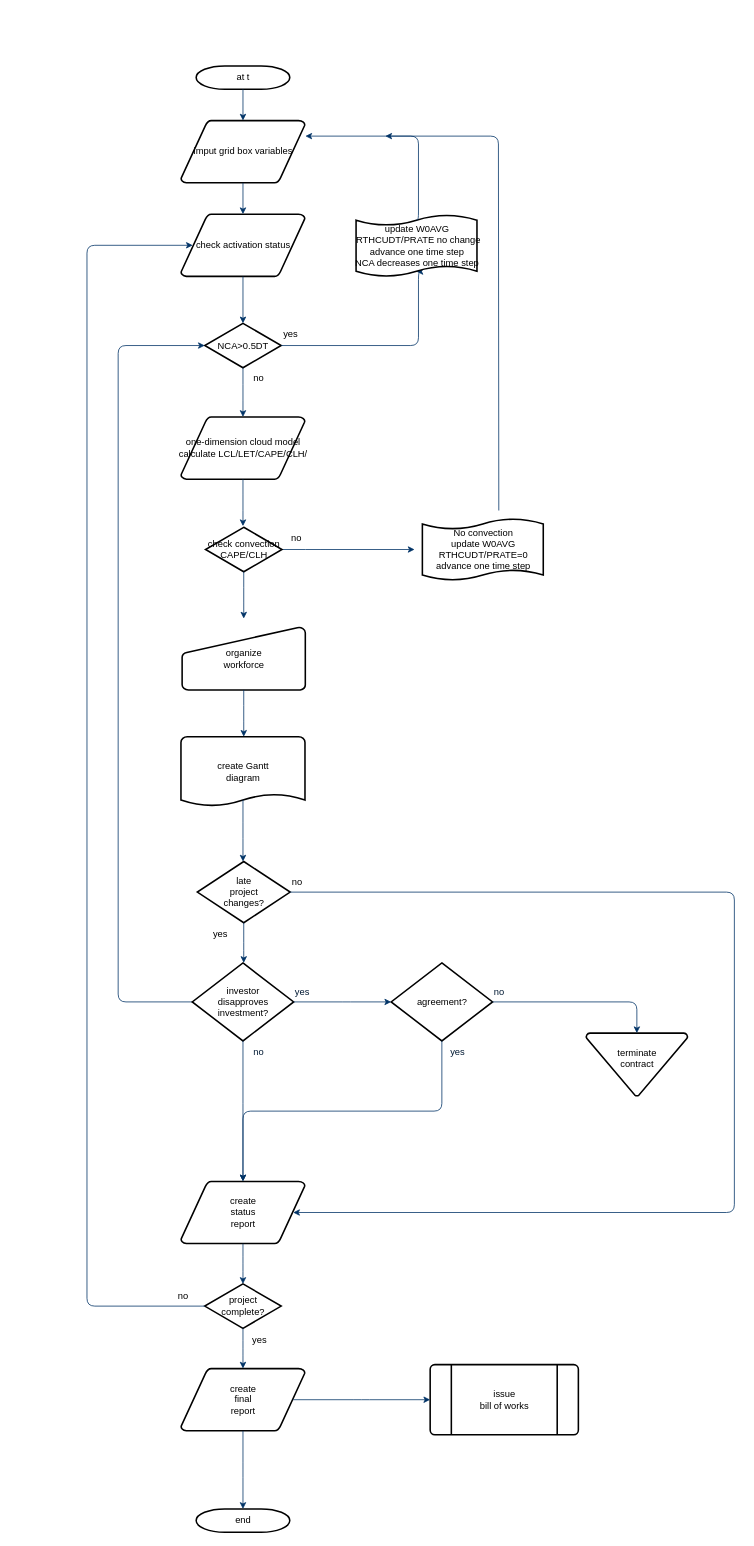
This is mskf-flowchart01.drawio from yuxing79/weather, a draw.io file, before an edit. Source tidied: cells renumbered, new cells numbered last; positions are measured from the earlier drawing's top-left corner, leaving out a move shared by most shapes. Both pictures are drawn from the tidied source at 78%, with x=0, y=0 at pixel (87, 66).
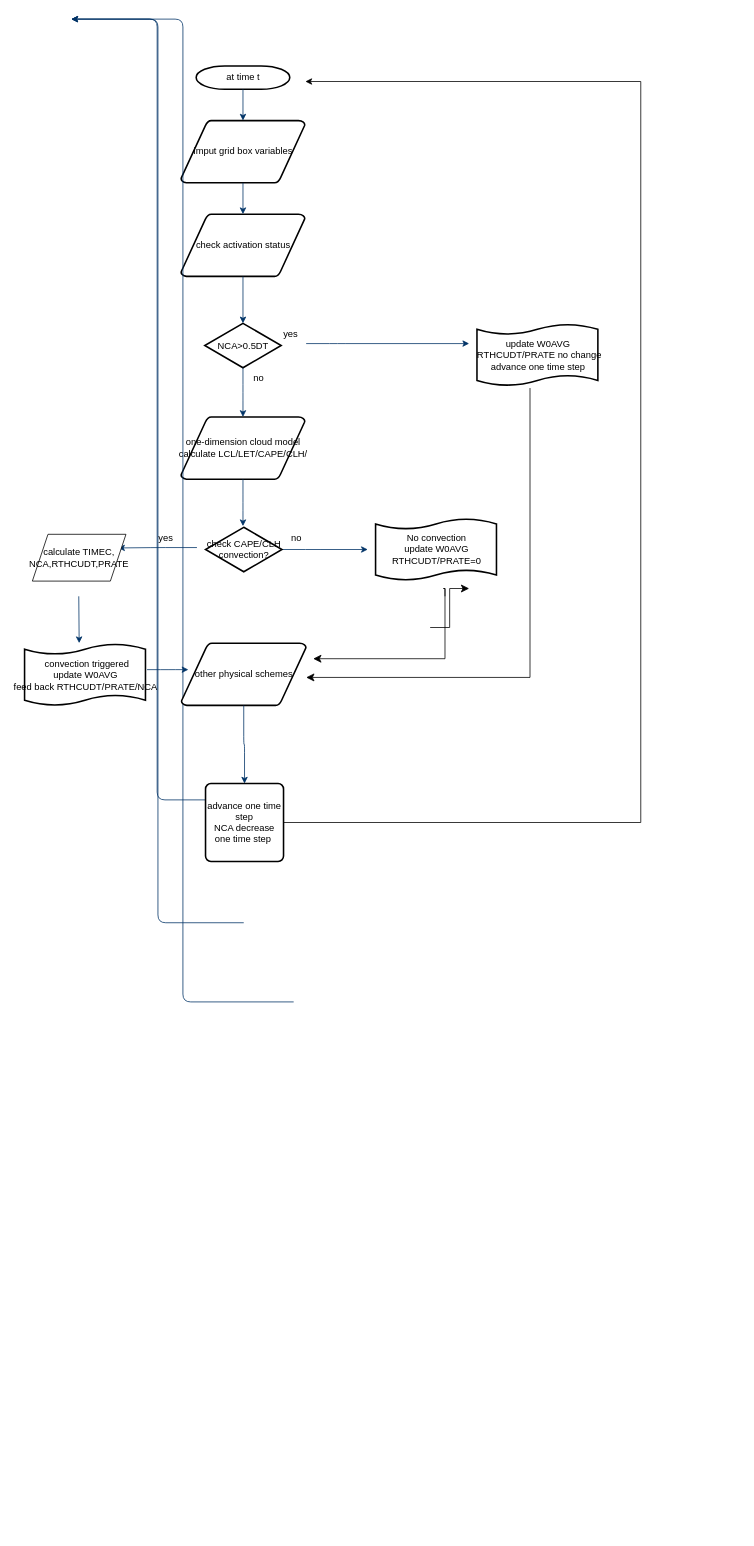
The same diagram, later.

Unchanged cells that the change refers to:
```xml
<mxCell id="5" value="check activation status" style="shape=mxgraph.flowchart.data;strokeWidth=2;gradientColor=none;gradientDirection=north;fontStyle=0;html=1;" parent="1" vertex="1">
  <mxGeometry x="120.5" y="190" width="159" height="80" as="geometry" />
</mxCell>
<mxCell id="6" value="NCA&amp;gt;0.5DT" style="shape=mxgraph.flowchart.decision;strokeWidth=2;gradientColor=none;gradientDirection=north;fontStyle=0;html=1;" parent="1" vertex="1">
  <mxGeometry x="151" y="330" width="98" height="57" as="geometry" />
</mxCell>
```

Diff of the diagram source:
```diff
@@
-    <mxCell id="2" value="at t" style="shape=mxgraph.flowchart.terminator;strokeWidth=2;gradientColor=none;gradientDirection=north;fontStyle=0;html=1;" parent="1" vertex="1">
+    <mxCell id="2" value="at time t" style="shape=mxgraph.flowchart.terminator;strokeWidth=2;gradientColor=none;gradientDirection=north;fontStyle=0;html=1;" parent="1" vertex="1">
       <mxGeometry x="140" width="120" height="30" as="geometry" />
     </mxCell>
@@
-    <mxCell id="10" style="edgeStyle=elbowEdgeStyle;elbow=horizontal;entryX=0.5;entryY=0.91;entryPerimeter=0;exitX=1;exitY=0.5;exitPerimeter=0;fontStyle=1;strokeColor=#003366;strokeWidth=1;html=1;" parent="1" edge="1" source="6" target="46">
-      <mxGeometry x="381" y="28.5" as="geometry">
-        <Array as="points">
-          <mxPoint x="425" y="340" />
-        </Array>
-      </mxGeometry>
-    </mxCell>
@@
     <mxCell id="15" style="edgeStyle=elbowEdgeStyle;elbow=horizontal;fontStyle=1;strokeColor=#003366;strokeWidth=1;html=1;" parent="1" edge="1" source="51">
       <mxGeometry as="geometry">
-        <mxPoint x="420" y="620" as="targetPoint" />
+        <mxPoint x="360" y="620" as="targetPoint" />
         <Array as="points">
           <mxPoint x="290" y="620" />
         </Array>
       </mxGeometry>
     </mxCell>
-    <mxCell id="16" value="organize &#10;workforce" style="shape=mxgraph.flowchart.manual_input;strokeWidth=2;gradientColor=none;gradientDirection=north;fontStyle=0;html=1;" parent="1" vertex="1">
-      <mxGeometry x="122" y="720" width="158" height="80" as="geometry" />
-    </mxCell>
-    <mxCell id="17" value="create Gantt&#10;diagram" style="shape=mxgraph.flowchart.document;strokeWidth=2;gradientColor=none;gradientDirection=north;fontStyle=0;html=1;" parent="1" vertex="1">
-      <mxGeometry x="120.5" y="860" width="159" height="90" as="geometry" />
-    </mxCell>
-    <mxCell id="18" style="edgeStyle=elbowEdgeStyle;elbow=horizontal;exitX=0.5;exitY=1;exitPerimeter=0;fontStyle=1;strokeColor=#003366;strokeWidth=1;html=1;" parent="1" edge="1" source="16" target="17">
-      <mxGeometry as="geometry" />
+    <mxCell id="18" style="edgeStyle=elbowEdgeStyle;elbow=horizontal;exitX=0.5;exitY=1;exitPerimeter=0;fontStyle=1;strokeColor=#003366;strokeWidth=1;html=1;" parent="1" edge="1">
+      <mxGeometry as="geometry">
+        <mxPoint x="-10.5" y="680" as="sourcePoint" />
+        <mxPoint x="-10.5" y="740" as="targetPoint" />
+      </mxGeometry>
     </mxCell>
-    <mxCell id="19" value="late&#10;project&#10;changes?" style="shape=mxgraph.flowchart.decision;strokeWidth=2;gradientColor=none;gradientDirection=north;fontStyle=0;html=1;" parent="1" vertex="1">
-      <mxGeometry x="141.5" y="1020" width="119" height="78.5" as="geometry" />
-    </mxCell>
-    <mxCell id="20" style="edgeStyle=elbowEdgeStyle;elbow=horizontal;exitX=0.5;exitY=0.9;exitPerimeter=0;fontStyle=1;strokeColor=#003366;strokeWidth=1;html=1;" parent="1" edge="1" source="17" target="19">
-      <mxGeometry as="geometry" />
+    <mxCell id="20" style="edgeStyle=elbowEdgeStyle;elbow=horizontal;exitX=0.5;exitY=0.9;exitPerimeter=0;fontStyle=1;strokeColor=#003366;strokeWidth=1;html=1;" parent="1" edge="1">
+      <mxGeometry as="geometry">
+        <mxPoint x="200" y="941" as="sourcePoint" />
+        <mxPoint x="-20" y="-60" as="targetPoint" />
+      </mxGeometry>
     </mxCell>
-    <mxCell id="21" style="edgeStyle=elbowEdgeStyle;elbow=horizontal;exitX=0;exitY=0.5;exitPerimeter=0;entryX=0;entryY=0.5;entryPerimeter=0;fontStyle=1;strokeColor=#003366;strokeWidth=1;html=1;" parent="1" edge="1" source="23" target="6">
-      <mxGeometry as="geometry">
-        <Array as="points">
-          <mxPoint x="40" y="790" />
-        </Array>
-      </mxGeometry>
-    </mxCell>
-    <mxCell id="22" value="yes" style="text;fontStyle=0;html=1;strokeColor=none;gradientColor=none;fillColor=none;strokeWidth=2;" parent="1" vertex="1">
-      <mxGeometry x="160" y="1098.5" width="40" height="26" as="geometry" />
-    </mxCell>
-    <mxCell id="23" value="investor&#10;disapproves&#10; investment?" style="shape=mxgraph.flowchart.decision;strokeWidth=2;gradientColor=none;gradientDirection=north;fontStyle=0;html=1;" parent="1" vertex="1">
-      <mxGeometry x="135" y="1150" width="130" height="100" as="geometry" />
-    </mxCell>
-    <mxCell id="24" value="agreement?" style="shape=mxgraph.flowchart.decision;strokeWidth=2;gradientColor=none;gradientDirection=north;fontStyle=0;html=1;" parent="1" vertex="1">
-      <mxGeometry x="390" y="1150" width="130" height="100" as="geometry" />
-    </mxCell>
-    <mxCell id="25" style="edgeStyle=elbowEdgeStyle;elbow=horizontal;exitX=0.5;exitY=1;exitPerimeter=0;fontStyle=1;strokeColor=#003366;strokeWidth=1;html=1;" parent="1" edge="1" source="19" target="23">
-      <mxGeometry as="geometry" />
+    <mxCell id="25" style="edgeStyle=elbowEdgeStyle;elbow=horizontal;exitX=0.5;exitY=1;exitPerimeter=0;fontStyle=1;strokeColor=#003366;strokeWidth=1;html=1;" parent="1" edge="1">
+      <mxGeometry as="geometry">
+        <mxPoint x="201" y="1098.5" as="sourcePoint" />
+        <mxPoint x="-20" y="-60" as="targetPoint" />
+      </mxGeometry>
     </mxCell>
-    <mxCell id="26" style="edgeStyle=elbowEdgeStyle;elbow=horizontal;exitX=1;exitY=0.5;exitPerimeter=0;entryX=0;entryY=0.5;entryPerimeter=0;fontStyle=1;strokeColor=#003366;strokeWidth=1;html=1;" parent="1" edge="1" source="23" target="24">
-      <mxGeometry as="geometry" />
+    <mxCell id="26" style="edgeStyle=elbowEdgeStyle;elbow=horizontal;exitX=1;exitY=0.5;exitPerimeter=0;entryX=0;entryY=0.5;entryPerimeter=0;fontStyle=1;strokeColor=#003366;strokeWidth=1;html=1;" parent="1" edge="1">
+      <mxGeometry as="geometry">
+        <mxPoint x="265" y="1200" as="sourcePoint" />
+        <mxPoint x="-20" y="-60" as="targetPoint" />
+      </mxGeometry>
     </mxCell>
-    <mxCell id="27" value="terminate&#10;contract&#10;" style="shape=mxgraph.flowchart.merge_or_storage;strokeWidth=2;gradientColor=none;gradientDirection=north;fontStyle=0;html=1;" parent="1" vertex="1">
-      <mxGeometry x="640" y="1240" width="130" height="80.5" as="geometry" />
-    </mxCell>
-    <mxCell id="28" style="edgeStyle=elbowEdgeStyle;elbow=vertical;exitX=1;exitY=0.5;exitPerimeter=0;entryX=0.5;entryY=0;entryPerimeter=0;fontStyle=1;strokeColor=#003366;strokeWidth=1;html=1;" parent="1" edge="1" source="24" target="27">
-      <mxGeometry as="geometry">
-        <Array as="points">
-          <mxPoint x="620" y="1200" />
-        </Array>
-      </mxGeometry>
-    </mxCell>
-    <mxCell id="29" value="create&#10;status&#10;report" style="shape=mxgraph.flowchart.data;strokeWidth=2;gradientColor=none;gradientDirection=north;fontStyle=0;html=1;" parent="1" vertex="1">
-      <mxGeometry x="120.5" y="1430" width="159" height="80" as="geometry" />
-    </mxCell>
-    <mxCell id="30" style="edgeStyle=elbowEdgeStyle;elbow=vertical;exitX=0.5;exitY=1;exitPerimeter=0;fontColor=#001933;fontStyle=1;strokeColor=#003366;strokeWidth=1;html=1;" parent="1" edge="1" source="23" target="29">
-      <mxGeometry as="geometry" />
-    </mxCell>
-    <mxCell id="31" style="edgeStyle=elbowEdgeStyle;elbow=vertical;exitX=0.5;exitY=1;exitPerimeter=0;entryX=0.5;entryY=0;entryPerimeter=0;fontStyle=1;strokeColor=#003366;strokeWidth=1;html=1;" parent="1" edge="1" source="24" target="29">
-      <mxGeometry as="geometry" />
-    </mxCell>
-    <mxCell id="32" value="project&#10;complete?" style="shape=mxgraph.flowchart.decision;strokeWidth=2;gradientColor=none;gradientDirection=north;fontStyle=0;html=1;" parent="1" vertex="1">
-      <mxGeometry x="151" y="1561.5" width="98" height="57" as="geometry" />
-    </mxCell>
-    <mxCell id="33" value="create&#10;final&#10;report" style="shape=mxgraph.flowchart.data;strokeWidth=2;gradientColor=none;gradientDirection=north;fontStyle=0;html=1;" parent="1" vertex="1">
-      <mxGeometry x="120.5" y="1670" width="159" height="80" as="geometry" />
+    <mxCell id="33" value="other physical schemes" style="shape=mxgraph.flowchart.data;strokeWidth=2;gradientColor=none;gradientDirection=north;fontStyle=0;html=1;" parent="1" vertex="1">
+      <mxGeometry x="121" y="740" width="160" height="80" as="geometry" />
     </mxCell>
-    <mxCell id="34" value="issue&#10;bill of works" style="shape=mxgraph.flowchart.predefined_process;strokeWidth=2;gradientColor=none;gradientDirection=north;fontStyle=0;html=1;" parent="1" vertex="1">
-      <mxGeometry x="440" y="1665" width="190" height="90" as="geometry" />
-    </mxCell>
-    <mxCell id="35" value="end" style="shape=mxgraph.flowchart.terminator;strokeWidth=2;gradientColor=none;gradientDirection=north;fontStyle=0;html=1;" parent="1" vertex="1">
-      <mxGeometry x="140" y="1850" width="120" height="30" as="geometry" />
-    </mxCell>
-    <mxCell id="36" style="edgeStyle=elbowEdgeStyle;elbow=vertical;exitX=0.5;exitY=1;exitPerimeter=0;entryX=0.5;entryY=0;entryPerimeter=0;fontStyle=1;strokeColor=#003366;strokeWidth=1;html=1;" parent="1" edge="1" source="29" target="32">
-      <mxGeometry as="geometry" />
-    </mxCell>
-    <mxCell id="37" style="edgeStyle=elbowEdgeStyle;elbow=vertical;exitX=0.5;exitY=1;exitPerimeter=0;entryX=0.5;entryY=0;entryPerimeter=0;fontStyle=1;strokeColor=#003366;strokeWidth=1;html=1;" parent="1" edge="1" source="32" target="33">
-      <mxGeometry as="geometry" />
-    </mxCell>
-    <mxCell id="38" style="edgeStyle=elbowEdgeStyle;elbow=vertical;exitX=0.5;exitY=1;exitPerimeter=0;entryX=0.5;entryY=0;entryPerimeter=0;fontStyle=1;strokeColor=#003366;strokeWidth=1;html=1;" parent="1" edge="1" source="33" target="35">
+    <mxCell id="38" style="edgeStyle=elbowEdgeStyle;elbow=vertical;exitX=0.5;exitY=1;exitPerimeter=0;fontStyle=1;strokeColor=#003366;strokeWidth=1;html=1;entryX=0.5;entryY=0;entryDx=0;entryDy=0;" parent="1" edge="1" source="33" target="63">
       <mxGeometry as="geometry" />
     </mxCell>
-    <mxCell id="39" style="edgeStyle=elbowEdgeStyle;elbow=vertical;exitX=0.905;exitY=0.5;exitPerimeter=0;entryX=0;entryY=0.5;entryPerimeter=0;fontStyle=1;strokeColor=#003366;strokeWidth=1;html=1;" parent="1" edge="1" source="33" target="34">
-      <mxGeometry as="geometry" />
-    </mxCell>
-    <mxCell id="40" style="edgeStyle=elbowEdgeStyle;elbow=horizontal;exitX=1;exitY=0.5;exitPerimeter=0;entryX=0.905;entryY=0.5;entryPerimeter=0;fontStyle=1;strokeColor=#003366;strokeWidth=1;html=1;" parent="1" edge="1" source="19" target="29">
-      <mxGeometry as="geometry">
-        <Array as="points">
-          <mxPoint x="830" y="1260" />
-        </Array>
-      </mxGeometry>
-    </mxCell>
-    <mxCell id="41" value="no" style="text;fontStyle=0;html=1;strokeColor=none;gradientColor=none;fillColor=none;strokeWidth=2;" parent="1" vertex="1">
-      <mxGeometry x="260.5" y="1033.2" width="40" height="26" as="geometry" />
-    </mxCell>
-    <mxCell id="42" value="yes" style="text;fontColor=#001933;fontStyle=0;html=1;strokeColor=none;gradientColor=none;fillColor=none;strokeWidth=2;" parent="1" vertex="1">
-      <mxGeometry x="265" y="1174" width="40" height="26" as="geometry" />
-    </mxCell>
-    <mxCell id="43" value="no" style="text;fontColor=#001933;fontStyle=0;html=1;strokeColor=none;gradientColor=none;fillColor=none;strokeWidth=2;align=center;" parent="1" vertex="1">
-      <mxGeometry x="200" y="1250" width="40" height="26" as="geometry" />
-    </mxCell>
-    <mxCell id="44" value="yes" style="text;fontColor=#001933;fontStyle=0;html=1;strokeColor=none;gradientColor=none;fillColor=none;strokeWidth=2;align=center;" parent="1" vertex="1">
-      <mxGeometry x="455" y="1250" width="40" height="26" as="geometry" />
-    </mxCell>
-    <mxCell id="45" value="no" style="text;fontColor=#001933;fontStyle=0;html=1;strokeColor=none;gradientColor=none;fillColor=none;strokeWidth=2;" parent="1" vertex="1">
-      <mxGeometry x="520" y="1174" width="40" height="26" as="geometry" />
-    </mxCell>
-    <mxCell id="46" value="update W0AVG&lt;br&gt;&amp;nbsp;RTHCUDT/PRATE no change&lt;br&gt;advance one time step&lt;br&gt;NCA decreases one time step" style="shape=mxgraph.flowchart.paper_tape;strokeWidth=2;gradientColor=none;gradientDirection=north;fontStyle=0;html=1;" parent="1" vertex="1">
-      <mxGeometry x="345" y="190" width="155" height="81" as="geometry" />
+    <mxCell id="46" value="update W0AVG&lt;br&gt;&amp;nbsp;RTHCUDT/PRATE no change&lt;br&gt;advance one time step" style="shape=mxgraph.flowchart.paper_tape;strokeWidth=2;gradientColor=none;gradientDirection=north;fontStyle=0;html=1;" parent="1" vertex="1">
+      <mxGeometry x="500" y="330" width="155" height="81" as="geometry" />
     </mxCell>
-    <mxCell id="47" style="edgeStyle=elbowEdgeStyle;elbow=horizontal;exitX=0.5;exitY=0.09;exitPerimeter=0;fontStyle=1;strokeColor=#003366;strokeWidth=1;html=1;" parent="1" edge="1" source="46">
-      <mxGeometry as="geometry">
-        <mxPoint x="280" y="90" as="targetPoint" />
-        <Array as="points">
-          <mxPoint x="425" y="240" />
-        </Array>
-      </mxGeometry>
-    </mxCell>
-    <mxCell id="48" value="yes" style="text;fontStyle=0;html=1;strokeColor=none;gradientColor=none;fillColor=none;strokeWidth=2;align=center;" parent="1" vertex="1">
-      <mxGeometry x="201" y="1620" width="40" height="26" as="geometry" />
-    </mxCell>
-    <mxCell id="49" style="edgeStyle=elbowEdgeStyle;elbow=horizontal;exitX=0;exitY=0.5;exitPerimeter=0;entryX=0.095;entryY=0.5;entryPerimeter=0;fontStyle=1;strokeColor=#003366;strokeWidth=1;html=1;" parent="1" edge="1" source="32" target="5">
-      <mxGeometry as="geometry">
-        <Array as="points">
-          <mxPoint y="910" />
-        </Array>
-      </mxGeometry>
-    </mxCell>
-    <mxCell id="50" value="no" style="text;fontStyle=0;html=1;strokeColor=none;gradientColor=none;fillColor=none;strokeWidth=2;" parent="1" vertex="1">
-      <mxGeometry x="115" y="1564" width="40" height="26" as="geometry" />
-    </mxCell>
-    <mxCell id="51" value="check convection&lt;br&gt;CAPE/CLH" style="shape=mxgraph.flowchart.decision;strokeWidth=2;gradientColor=none;gradientDirection=north;fontStyle=0;html=1;" parent="1" vertex="1">
+    <mxCell id="51" value="check&amp;nbsp;CAPE/CLH&lt;br&gt;convection?" style="shape=mxgraph.flowchart.decision;strokeWidth=2;gradientColor=none;gradientDirection=north;fontStyle=0;html=1;" parent="1" vertex="1">
       <mxGeometry x="152" y="591.5" width="98" height="57" as="geometry" />
     </mxCell>
     <mxCell id="52" style="edgeStyle=elbowEdgeStyle;elbow=horizontal;fontStyle=1;strokeColor=#003366;strokeWidth=1;html=1;" parent="1" edge="1">
       <mxGeometry as="geometry">
-        <mxPoint x="201" y="648.5" as="sourcePoint" />
-        <mxPoint x="201" y="708.5" as="targetPoint" />
+        <mxPoint x="141" y="617.5" as="sourcePoint" />
+        <mxPoint x="40" y="618" as="targetPoint" />
       </mxGeometry>
     </mxCell>
@@
-    <mxCell id="54" value="No convection&lt;br&gt;update W0AVG&lt;br&gt;RTHCUDT/PRATE=0&lt;br&gt;advance one time step" style="shape=mxgraph.flowchart.paper_tape;strokeWidth=2;gradientColor=none;gradientDirection=north;fontStyle=0;html=1;" parent="1" vertex="1">
-      <mxGeometry x="430" y="579.5" width="155" height="81" as="geometry" />
+    <mxCell id="54" value="No convection&lt;br&gt;update W0AVG&lt;br&gt;RTHCUDT/PRATE=0&lt;br&gt;" style="shape=mxgraph.flowchart.paper_tape;strokeWidth=2;gradientColor=none;gradientDirection=north;fontStyle=0;html=1;" parent="1" vertex="1">
+      <mxGeometry x="370" y="579.5" width="155" height="81" as="geometry" />
     </mxCell>
-    <mxCell id="55" style="edgeStyle=elbowEdgeStyle;elbow=horizontal;fontStyle=1;strokeColor=#003366;strokeWidth=1;html=1;" parent="1" edge="1">
-      <mxGeometry as="geometry">
-        <mxPoint x="528" y="570" as="sourcePoint" />
-        <mxPoint x="382.5" y="90" as="targetPoint" />
-        <Array as="points">
-          <mxPoint x="527.5" y="240" />
-        </Array>
-      </mxGeometry>
-    </mxCell>
+    <mxCell id="22" value="yes" style="text;fontStyle=0;html=1;strokeColor=none;gradientColor=none;fillColor=none;strokeWidth=2;" parent="1" vertex="1">
+      <mxGeometry x="90" y="591.5" width="40" height="26" as="geometry" />
+    </mxCell>
+    <mxCell id="56" value="&amp;nbsp;convection triggered&lt;br&gt;update W0AVG&lt;br&gt;feed back RTHCUDT/PRATE/NCA&lt;br&gt;" style="shape=mxgraph.flowchart.paper_tape;strokeWidth=2;gradientColor=none;gradientDirection=north;fontStyle=0;html=1;" parent="1" vertex="1">
+      <mxGeometry x="-80" y="740" width="155" height="81" as="geometry" />
+    </mxCell>
+    <mxCell id="57" value="calculate TIMEC, NCA,RTHCUDT,PRATE" style="shape=parallelogram;perimeter=parallelogramPerimeter;whiteSpace=wrap;html=1;fixedSize=1;" parent="1" vertex="1">
+      <mxGeometry x="-70" y="600.5" width="120" height="60" as="geometry" />
+    </mxCell>
+    <mxCell id="58" style="edgeStyle=elbowEdgeStyle;elbow=horizontal;exitX=1.013;exitY=0.42;exitPerimeter=0;fontStyle=1;strokeColor=#003366;strokeWidth=1;html=1;exitDx=0;exitDy=0;" parent="1" edge="1" source="56">
+      <mxGeometry as="geometry">
+        <mxPoint x="130" y="774" as="targetPoint" />
+      </mxGeometry>
+    </mxCell>
+    <mxCell id="59" style="edgeStyle=elbowEdgeStyle;elbow=horizontal;fontStyle=1;strokeColor=#003366;strokeWidth=1;html=1;" parent="1" edge="1">
+      <mxGeometry as="geometry">
+        <mxPoint x="281" y="356" as="sourcePoint" />
+        <mxPoint x="490" y="356" as="targetPoint" />
+        <Array as="points">
+          <mxPoint x="321" y="356" />
+        </Array>
+      </mxGeometry>
+    </mxCell>
+    <mxCell id="60" style="edgeStyle=segmentEdgeStyle;endArrow=classic;html=1;curved=0;rounded=0;endSize=8;startSize=8;exitX=0.439;exitY=0.978;exitDx=0;exitDy=0;exitPerimeter=0;" parent="1" edge="1" target="33">
+      <mxGeometry relative="1" as="geometry">
+        <mxPoint x="568" y="413" as="sourcePoint" />
+        <Array as="points">
+          <mxPoint x="568" y="784" />
+        </Array>
+      </mxGeometry>
+    </mxCell>
+    <mxCell id="61" style="edgeStyle=segmentEdgeStyle;endArrow=classic;html=1;curved=0;rounded=0;endSize=8;startSize=8;" parent="1" edge="1">
+      <mxGeometry relative="1" as="geometry">
+        <mxPoint x="459" y="680" as="sourcePoint" />
+        <mxPoint x="290" y="760" as="targetPoint" />
+        <Array as="points">
+          <mxPoint x="457" y="670" />
+          <mxPoint x="459" y="670" />
+          <mxPoint x="459" y="758" />
+        </Array>
+      </mxGeometry>
+    </mxCell>
+    <mxCell id="62" style="edgeStyle=orthogonalEdgeStyle;rounded=0;jettySize=auto;html=1;" parent="1" edge="1" source="63">
+      <mxGeometry relative="1" as="geometry">
+        <mxPoint x="280" y="20" as="targetPoint" />
+        <Array as="points">
+          <mxPoint x="710" y="970" />
+          <mxPoint x="710" y="20" />
+        </Array>
+      </mxGeometry>
+    </mxCell>
+    <mxCell id="63" value="advance one time step&lt;br style=&quot;border-color: var(--border-color); font-size: 11px;&quot;&gt;NCA decrease one time step&amp;nbsp;" style="rounded=1;whiteSpace=wrap;html=1;absoluteArcSize=1;arcSize=14;strokeWidth=2;" parent="1" vertex="1">
+      <mxGeometry x="152" y="920" width="100" height="100" as="geometry" />
+    </mxCell>
+    <mxCell id="64" style="edgeStyle=elbowEdgeStyle;elbow=horizontal;endArrow=classic;html=1;curved=0;rounded=0;endSize=8;startSize=8;" parent="1" edge="1">
+      <mxGeometry relative="1" as="geometry">
+        <mxPoint x="440" y="720" as="sourcePoint" />
+        <mxPoint x="490" y="670" as="targetPoint" />
+      </mxGeometry>
+    </mxCell>
```
